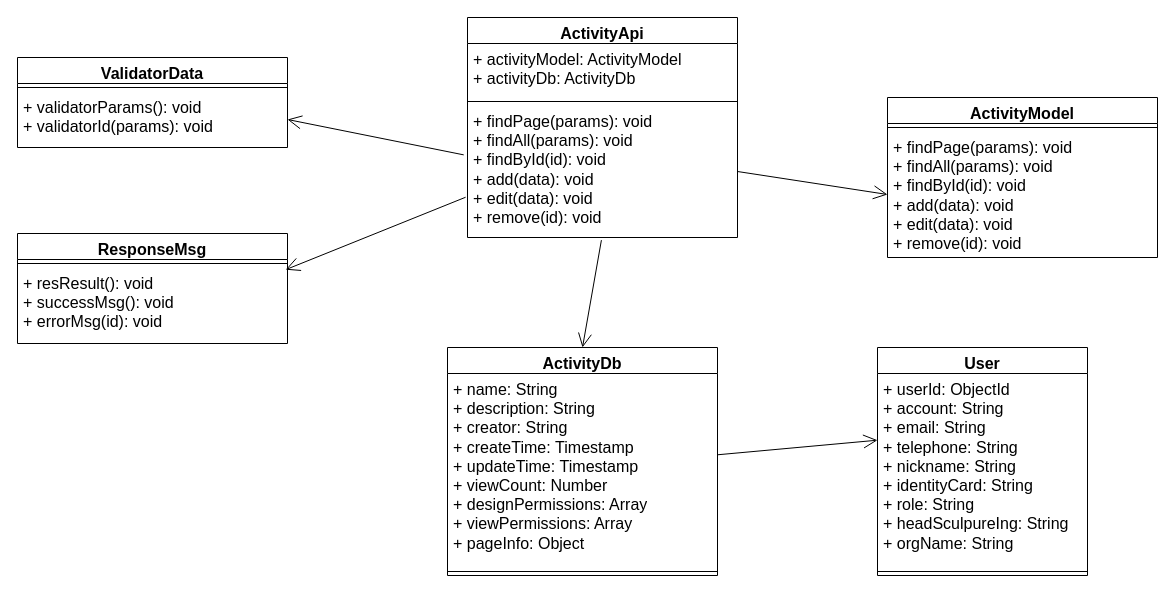
The draw.io diagram 第五章/活动页面类图.drawio in yuxinyu12345/diagrams, before the edit. Source tidied: cells renumbered, new cells numbered last; positions are measured from the earlier drawing's top-left corner, leaving out a move shared by most shapes. Both pictures are drawn from the tidied source at 100%, with x=0, y=0 at pixel (17, 17).
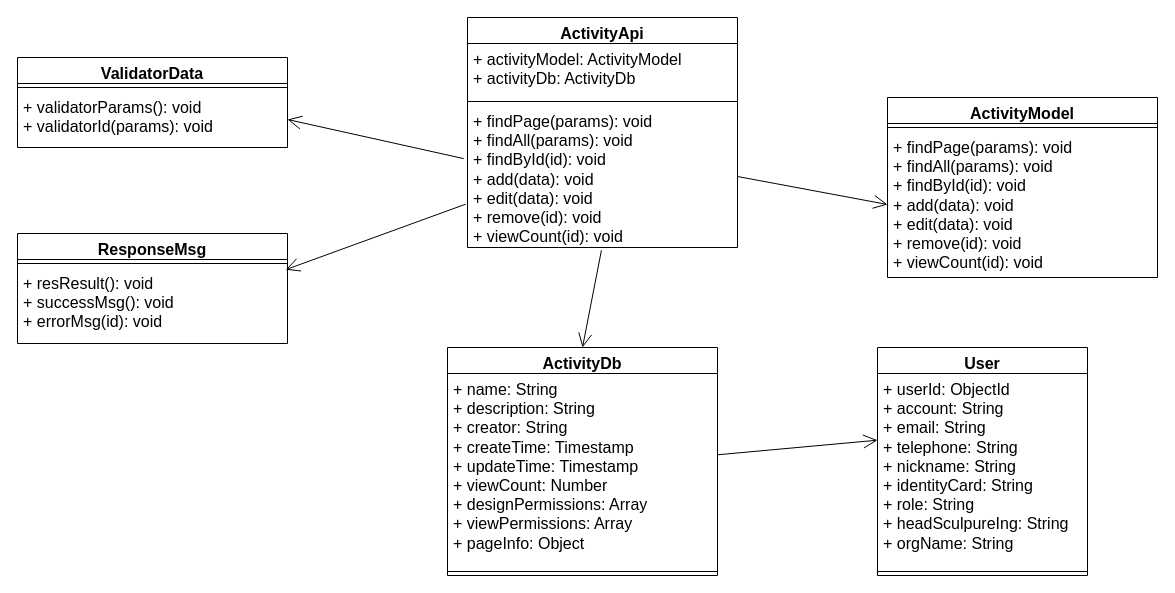
Above is the later version.

Commit message:
更新活动页面类图.drawio

The edit, as a diff of the source:
```diff
@@
     <mxCell id="2" value="ActivityApi" style="swimlane;fontStyle=1;align=center;verticalAlign=top;horizontal=1;startSize=26;whiteSpace=wrap;html=1;fontSize=16;" parent="1" vertex="1">
-      <mxGeometry x="450" width="270" height="220" as="geometry" />
+      <mxGeometry x="450" width="270" height="230" as="geometry" />
     </mxCell>
@@
-    <mxCell id="5" value="+ findPage(params): void&lt;br style=&quot;font-size: 16px;&quot;&gt;+ findAll(params): void&lt;br style=&quot;font-size: 16px;&quot;&gt;+ findById(id): void&lt;br style=&quot;font-size: 16px;&quot;&gt;+ add(data): void&lt;br style=&quot;font-size: 16px;&quot;&gt;+ edit(data): void&lt;br style=&quot;font-size: 16px;&quot;&gt;+ remove(id): void" style="text;strokeColor=none;fillColor=none;align=left;verticalAlign=top;spacingLeft=4;spacingRight=4;overflow=hidden;points=[[0,0.5],[1,0.5]];portConstraint=eastwest;whiteSpace=wrap;html=1;fontSize=16;" parent="2" vertex="1">
-      <mxGeometry y="88" width="270" height="132" as="geometry" />
+    <mxCell id="5" value="+ findPage(params): void&lt;br style=&quot;font-size: 16px;&quot;&gt;+ findAll(params): void&lt;br style=&quot;font-size: 16px;&quot;&gt;+ findById(id): void&lt;br style=&quot;font-size: 16px;&quot;&gt;+ add(data): void&lt;br style=&quot;font-size: 16px;&quot;&gt;+ edit(data): void&lt;br style=&quot;font-size: 16px;&quot;&gt;+ remove(id): void&lt;div&gt;+ viewCount(id): void&lt;/div&gt;" style="text;strokeColor=none;fillColor=none;align=left;verticalAlign=top;spacingLeft=4;spacingRight=4;overflow=hidden;points=[[0,0.5],[1,0.5]];portConstraint=eastwest;whiteSpace=wrap;html=1;fontSize=16;" parent="2" vertex="1">
+      <mxGeometry y="88" width="270" height="142" as="geometry" />
     </mxCell>
     <mxCell id="6" value="ActivityModel" style="swimlane;fontStyle=1;align=center;verticalAlign=top;horizontal=1;startSize=26;whiteSpace=wrap;html=1;fontSize=16;" parent="1" vertex="1">
-      <mxGeometry x="870" y="80" width="270" height="160" as="geometry" />
+      <mxGeometry x="870" y="80" width="270" height="180" as="geometry" />
     </mxCell>
@@
-    <mxCell id="8" value="+ findPage(params): void&lt;br style=&quot;font-size: 16px;&quot;&gt;+ findAll(params): void&lt;br style=&quot;font-size: 16px;&quot;&gt;+ findById(id): void&lt;br style=&quot;font-size: 16px;&quot;&gt;+ add(data): void&lt;br style=&quot;font-size: 16px;&quot;&gt;+ edit(data): void&lt;br style=&quot;font-size: 16px;&quot;&gt;+ remove(id): void" style="text;strokeColor=none;fillColor=none;align=left;verticalAlign=top;spacingLeft=4;spacingRight=4;overflow=hidden;points=[[0,0.5],[1,0.5]];portConstraint=eastwest;whiteSpace=wrap;html=1;fontSize=16;" parent="6" vertex="1">
-      <mxGeometry y="34" width="270" height="126" as="geometry" />
+    <mxCell id="8" value="+ findPage(params): void&lt;br style=&quot;font-size: 16px;&quot;&gt;+ findAll(params): void&lt;br style=&quot;font-size: 16px;&quot;&gt;+ findById(id): void&lt;br style=&quot;font-size: 16px;&quot;&gt;+ add(data): void&lt;br style=&quot;font-size: 16px;&quot;&gt;+ edit(data): void&lt;br style=&quot;font-size: 16px;&quot;&gt;+ remove(id): void&lt;div&gt;+ viewCount(id): void&lt;br&gt;&lt;/div&gt;" style="text;strokeColor=none;fillColor=none;align=left;verticalAlign=top;spacingLeft=4;spacingRight=4;overflow=hidden;points=[[0,0.5],[1,0.5]];portConstraint=eastwest;whiteSpace=wrap;html=1;fontSize=16;" parent="6" vertex="1">
+      <mxGeometry y="34" width="270" height="146" as="geometry" />
     </mxCell>
```
